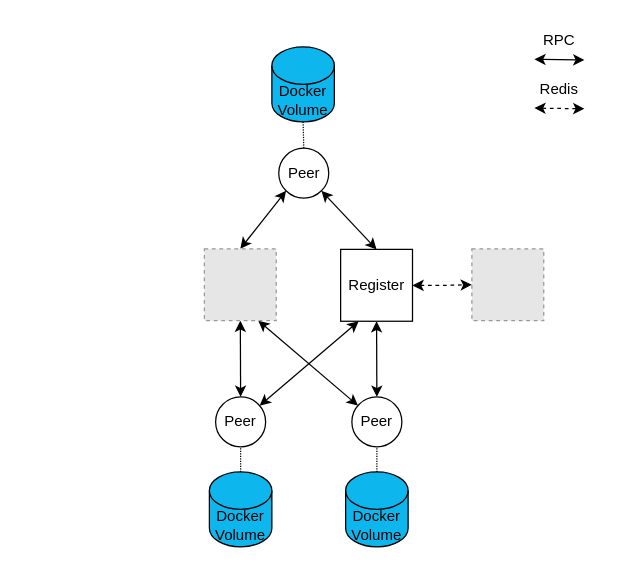
The draw.io diagram architecture/architecture_2_3.drawio in alessandrochillotti/sdcc-project, before the edit. Source tidied: cells renumbered, new cells numbered last; positions are measured from the earlier drawing's top-left corner, leaving out a move shared by most shapes. Both pictures are drawn from the tidied source at 125%, with x=0, y=0 at pixel (204, 21). Pictures stored in the file or linked from it are replaced by grey dashed boxes.
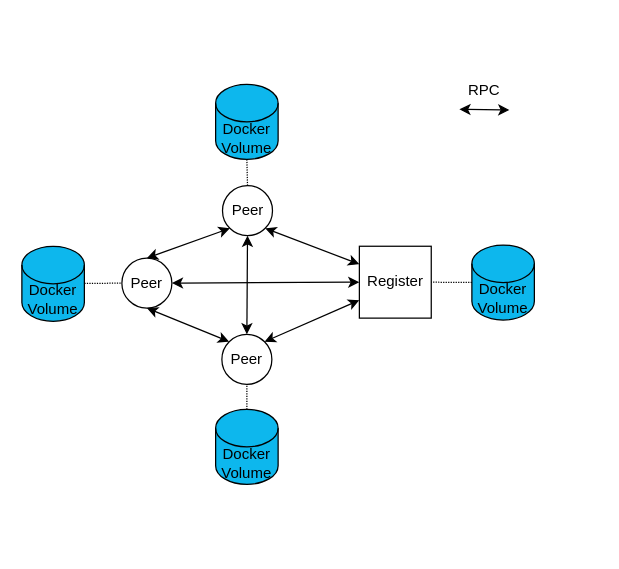
Above is the later version.

Commit message (it also covers changes not shown here):
Aggiornate le architetture

Change to the diagram source:
```diff
@@
-    <mxCell id="2" style="rounded=0;jettySize=auto;html=1;exitX=0.5;exitY=0;exitDx=0;exitDy=0;entryX=0.5;entryY=1;entryDx=0;entryDy=0;startArrow=classic;startFill=1;endArrow=classic;endFill=1;" parent="1" edge="1" source="3" target="10">
+    <mxCell id="2" style="rounded=0;jettySize=auto;html=1;exitX=1;exitY=0.5;exitDx=0;exitDy=0;entryX=0;entryY=0.5;entryDx=0;entryDy=0;startArrow=classic;startFill=1;endArrow=classic;endFill=1;" parent="1" edge="1" source="3" target="14">
       <mxGeometry relative="1" as="geometry" />
     </mxCell>
+    <mxCell id="26" style="rounded=0;jettySize=auto;html=1;entryX=0;entryY=1;entryDx=0;entryDy=0;endArrow=classic;endFill=1;startArrow=classic;startFill=1;exitX=0.5;exitY=0;exitDx=0;exitDy=0;" parent="1" edge="1" source="3" target="6">
+      <mxGeometry relative="1" as="geometry" />
+    </mxCell>
     <mxCell id="3" value="Peer" style="ellipse;whiteSpace=wrap;html=1;" parent="1" vertex="1">
-      <mxGeometry x="9" y="300" width="40" height="40" as="geometry" />
+      <mxGeometry x="-66" y="189" width="40" height="40" as="geometry" />
     </mxCell>
-    <mxCell id="4" style="edgeStyle=none;rounded=0;jettySize=auto;html=1;exitX=0;exitY=1;exitDx=0;exitDy=0;entryX=0.5;entryY=0;entryDx=0;entryDy=0;startArrow=classic;startFill=1;endArrow=classic;endFill=1;" parent="1" edge="1" source="6" target="10">
-      <mxGeometry relative="1" as="geometry" />
-    </mxCell>
-    <mxCell id="5" style="edgeStyle=none;rounded=0;jettySize=auto;html=1;exitX=1;exitY=1;exitDx=0;exitDy=0;entryX=0.5;entryY=0;entryDx=0;entryDy=0;startArrow=classic;startFill=1;endArrow=classic;endFill=1;" parent="1" edge="1" source="6" target="14">
+    <mxCell id="5" style="edgeStyle=none;rounded=0;jettySize=auto;html=1;exitX=1;exitY=1;exitDx=0;exitDy=0;startArrow=classic;startFill=1;endArrow=classic;endFill=1;entryX=0;entryY=0.25;entryDx=0;entryDy=0;" parent="1" edge="1" source="6" target="14">
       <mxGeometry relative="1" as="geometry" />
     </mxCell>
     <mxCell id="6" value="Peer" style="ellipse;whiteSpace=wrap;html=1;" parent="1" vertex="1">
-      <mxGeometry x="59.5" y="101" width="40" height="40" as="geometry" />
+      <mxGeometry x="14.5" y="131" width="40" height="40" as="geometry" />
     </mxCell>
-    <mxCell id="7" style="edgeStyle=none;rounded=0;jettySize=auto;html=1;startArrow=classic;startFill=1;endArrow=classic;endFill=1;entryX=0.75;entryY=1;entryDx=0;entryDy=0;" parent="1" edge="1" source="9" target="10">
-      <mxGeometry relative="1" as="geometry" />
-    </mxCell>
-    <mxCell id="8" style="edgeStyle=none;rounded=0;jettySize=auto;html=1;exitX=0.5;exitY=0;exitDx=0;exitDy=0;entryX=0.5;entryY=1;entryDx=0;entryDy=0;startArrow=classic;startFill=1;endArrow=classic;endFill=1;" parent="1" edge="1" source="9" target="14">
+    <mxCell id="8" style="edgeStyle=none;rounded=0;jettySize=auto;html=1;exitX=1;exitY=0;exitDx=0;exitDy=0;entryX=0;entryY=0.75;entryDx=0;entryDy=0;startArrow=classic;startFill=1;endArrow=classic;endFill=1;" parent="1" edge="1" source="9" target="14">
       <mxGeometry relative="1" as="geometry" />
     </mxCell>
+    <mxCell id="27" style="edgeStyle=none;rounded=0;jettySize=auto;html=1;exitX=0;exitY=0;exitDx=0;exitDy=0;startArrow=classic;startFill=1;endArrow=classic;endFill=1;entryX=0.5;entryY=1;entryDx=0;entryDy=0;" parent="1" edge="1" source="9" target="3">
+      <mxGeometry relative="1" as="geometry" />
+    </mxCell>
+    <mxCell id="28" style="edgeStyle=none;rounded=0;jettySize=auto;html=1;exitX=0.5;exitY=0;exitDx=0;exitDy=0;entryX=0.5;entryY=1;entryDx=0;entryDy=0;startArrow=classic;startFill=1;endArrow=classic;endFill=1;" parent="1" edge="1" source="9" target="6">
+      <mxGeometry relative="1" as="geometry" />
+    </mxCell>
     <mxCell id="9" value="Peer" style="ellipse;whiteSpace=wrap;html=1;" parent="1" vertex="1">
-      <mxGeometry x="118" y="300" width="40" height="40" as="geometry" />
+      <mxGeometry x="14" y="250" width="40" height="40" as="geometry" />
     </mxCell>
-    <mxCell id="10" style="fillColor=#E6E6E6;strokeColor=#999999;dashed=1;verticalLabelPosition=bottom;labelBackgroundColor=#ffffff;verticalAlign=top;" parent="1" vertex="1">
-      <mxGeometry y="181.5" width="57.5" height="57.5" as="geometry" />
-    </mxCell>
@@
-    <mxCell id="12" style="edgeStyle=none;rounded=0;jettySize=auto;html=1;startArrow=classic;startFill=1;endArrow=classic;endFill=1;exitX=0.25;exitY=1;exitDx=0;exitDy=0;" parent="1" edge="1" source="14" target="3">
-      <mxGeometry relative="1" as="geometry" />
-    </mxCell>
-    <mxCell id="13" style="edgeStyle=orthogonalEdgeStyle;rounded=0;jettySize=auto;html=1;startArrow=classic;startFill=1;dashed=1;entryX=0;entryY=0.5;entryDx=0;entryDy=0;" parent="1" edge="1" source="14" target="25">
-      <mxGeometry relative="1" as="geometry" />
-    </mxCell>
     <mxCell id="14" value="Register" style="whiteSpace=wrap;html=1;" parent="1" vertex="1">
-      <mxGeometry x="109" y="182" width="57.5" height="57.5" as="geometry" />
+      <mxGeometry x="124" y="179.5" width="57.5" height="57.5" as="geometry" />
     </mxCell>
     <mxCell id="15" style="edgeStyle=none;rounded=0;orthogonalLoop=1;jettySize=auto;html=1;exitX=1;exitY=0.5;exitDx=0;exitDy=0;startArrow=classic;startFill=1;endArrow=classic;endFill=1;" parent="1" edge="1">
       <mxGeometry relative="1" as="geometry">
-        <mxPoint x="264" y="30" as="sourcePoint" />
-        <mxPoint x="304" y="30.5" as="targetPoint" />
+        <mxPoint x="204" y="70" as="sourcePoint" />
+        <mxPoint x="244" y="70.5" as="targetPoint" />
       </mxGeometry>
     </mxCell>
     <mxCell id="16" value="RPC" style="text;html=1;strokeColor=none;fillColor=none;align=center;verticalAlign=middle;whiteSpace=wrap;rounded=0;" parent="1" vertex="1">
-      <mxGeometry x="254" width="60" height="30" as="geometry" />
+      <mxGeometry x="194" y="40" width="60" height="30" as="geometry" />
     </mxCell>
@@
     <mxCell id="18" value="&lt;div&gt;Docker&lt;/div&gt;&lt;div&gt;Volume&lt;br&gt;&lt;/div&gt;" style="shape=cylinder3;whiteSpace=wrap;html=1;boundedLbl=1;backgroundOutline=1;size=15;strokeWidth=1;fillColor=#0db7ed;" parent="1" vertex="1">
-      <mxGeometry x="113" y="360" width="50" height="60" as="geometry" />
+      <mxGeometry x="9" y="310" width="50" height="60" as="geometry" />
     </mxCell>
-    <mxCell id="19" style="edgeStyle=none;rounded=0;jettySize=auto;html=1;entryX=0.5;entryY=1;entryDx=0;entryDy=0;dashed=1;dashPattern=1 1;startArrow=none;startFill=0;endArrow=none;endFill=0;" parent="1" edge="1" source="20" target="3">
+    <mxCell id="19" style="edgeStyle=none;rounded=0;jettySize=auto;html=1;entryX=0;entryY=0.5;entryDx=0;entryDy=0;dashed=1;dashPattern=1 1;startArrow=none;startFill=0;endArrow=none;endFill=0;" parent="1" edge="1" source="20" target="3">
       <mxGeometry relative="1" as="geometry" />
     </mxCell>
     <mxCell id="20" value="&lt;div&gt;Docker&lt;/div&gt;&lt;div&gt;Volume&lt;br&gt;&lt;/div&gt;" style="shape=cylinder3;whiteSpace=wrap;html=1;boundedLbl=1;backgroundOutline=1;size=15;strokeWidth=1;fillColor=#0db7ed;" parent="1" vertex="1">
-      <mxGeometry x="4" y="360" width="50" height="60" as="geometry" />
+      <mxGeometry x="-146" y="179.5" width="50" height="60" as="geometry" />
     </mxCell>
@@
     <mxCell id="22" value="&lt;div&gt;Docker&lt;/div&gt;&lt;div&gt;Volume&lt;br&gt;&lt;/div&gt;" style="shape=cylinder3;whiteSpace=wrap;html=1;boundedLbl=1;backgroundOutline=1;size=15;strokeWidth=1;fillColor=#0db7ed;" parent="1" vertex="1">
-      <mxGeometry x="54" y="20" width="50" height="60" as="geometry" />
+      <mxGeometry x="9" y="50" width="50" height="60" as="geometry" />
     </mxCell>
-    <mxCell id="23" style="edgeStyle=none;rounded=0;orthogonalLoop=1;jettySize=auto;html=1;exitX=1;exitY=0.5;exitDx=0;exitDy=0;startArrow=classic;startFill=1;endArrow=classic;endFill=1;dashed=1;" parent="1" edge="1">
-      <mxGeometry relative="1" as="geometry">
-        <mxPoint x="264" y="69" as="sourcePoint" />
-        <mxPoint x="304" y="69.5" as="targetPoint" />
-      </mxGeometry>
-    </mxCell>
-    <mxCell id="24" value="Redis" style="text;html=1;strokeColor=none;fillColor=none;align=center;verticalAlign=middle;whiteSpace=wrap;rounded=0;" parent="1" vertex="1">
-      <mxGeometry x="254" y="39" width="60" height="30" as="geometry" />
-    </mxCell>
-    <mxCell id="25" style="fillColor=#E6E6E6;strokeColor=#999999;dashed=1;verticalLabelPosition=bottom;labelBackgroundColor=#ffffff;verticalAlign=top;" parent="1" vertex="1">
-      <mxGeometry x="214" y="181.5" width="57.5" height="57.5" as="geometry" />
-    </mxCell>
+    <mxCell id="29" style="edgeStyle=none;rounded=0;jettySize=auto;html=1;exitX=0;exitY=0.5;exitDx=0;exitDy=0;exitPerimeter=0;entryX=1;entryY=0.5;entryDx=0;entryDy=0;dashed=1;dashPattern=1 1;startArrow=none;startFill=0;endArrow=none;endFill=0;" parent="1" edge="1" source="30" target="14">
+      <mxGeometry relative="1" as="geometry" />
+    </mxCell>
+    <mxCell id="30" value="&lt;div&gt;Docker&lt;/div&gt;&lt;div&gt;Volume&lt;br&gt;&lt;/div&gt;" style="shape=cylinder3;whiteSpace=wrap;html=1;boundedLbl=1;backgroundOutline=1;size=15;strokeWidth=1;fillColor=#0db7ed;" parent="1" vertex="1">
+      <mxGeometry x="214" y="178.5" width="50" height="60" as="geometry" />
+    </mxCell>
```
